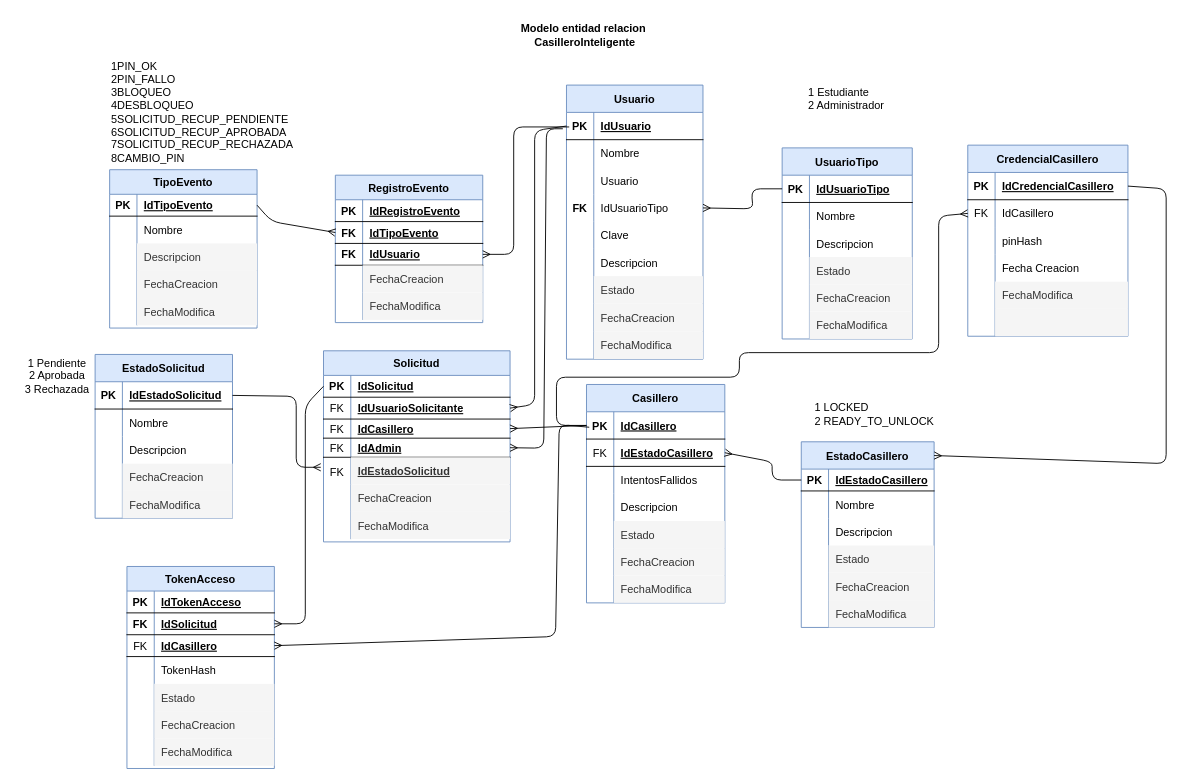
This is Design/03_MER.dio from Anthonio16/casilleroInteligente, a draw.io file, before an edit. Source tidied: cells renumbered, new cells numbered last; positions are measured from the earlier drawing's top-left corner, leaving out a move shared by most shapes. Both pictures are drawn from the tidied source at 91%, with x=0, y=0 at pixel (15, 15).
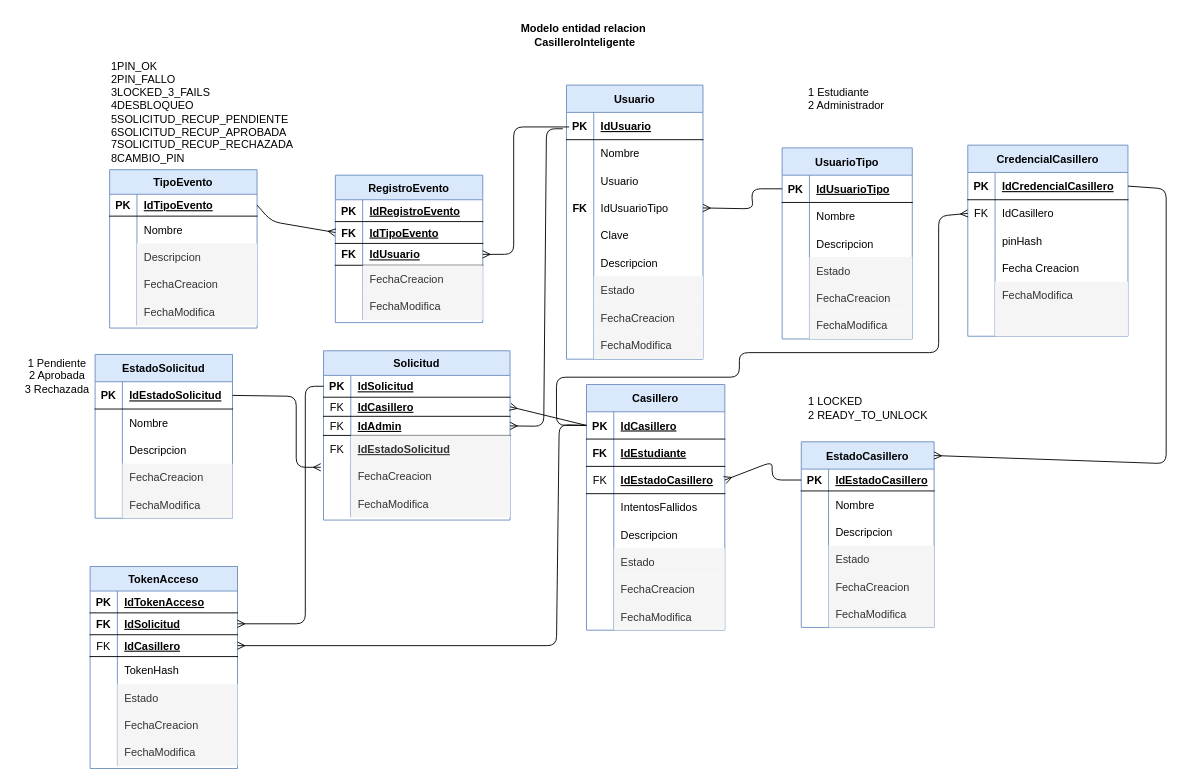
Above is the later version.

The change refers to these unchanged cells:
```xml
<mxCell id="43" style="shape=tableRow;horizontal=0;startSize=0;swimlaneHead=0;swimlaneBody=0;fillColor=none;points=[[0,0.5],[1,0.5]];portConstraint=eastwest;top=0;left=0;right=0;bottom=1;" parent="42" vertex="1">
  <mxGeometry y="30" width="150" height="30" as="geometry" />
</mxCell>
<mxCell id="92" style="shape=tableRow;horizontal=0;startSize=0;swimlaneHead=0;swimlaneBody=0;fillColor=none;points=[[0,0.5],[1,0.5]];portConstraint=eastwest;top=0;left=0;right=0;bottom=1;" parent="91" vertex="1">
  <mxGeometry y="30" width="152" height="30" as="geometry" />
</mxCell>
<mxCell id="130" style="shape=tableRow;horizontal=0;startSize=0;swimlaneHead=0;swimlaneBody=0;fillColor=none;points=[[0,0.5],[1,0.5]];portConstraint=eastwest;top=0;left=0;right=0;bottom=1;" parent="129" vertex="1">
  <mxGeometry y="27" width="205" height="24" as="geometry" />
</mxCell>
<mxCell id="155" style="shape=tableRow;horizontal=0;startSize=0;swimlaneHead=0;swimlaneBody=0;fillColor=none;points=[[0,0.5],[1,0.5]];portConstraint=eastwest;top=0;left=0;right=0;bottom=1;" parent="151" vertex="1">
  <mxGeometry y="51" width="162" height="24" as="geometry" />
</mxCell>
<mxCell id="158" style="shape=tableRow;horizontal=0;startSize=0;swimlaneHead=0;swimlaneBody=0;fillColor=none;points=[[0,0.5],[1,0.5]];portConstraint=eastwest;top=0;left=0;right=0;bottom=1;" parent="151" vertex="1">
  <mxGeometry y="75" width="162" height="24" as="geometry" />
</mxCell>
```

What changed in the source:
```diff
@@
     <mxCell id="90" value="1 LOCKED&lt;div&gt;2 READY_TO_UNLOCK&lt;/div&gt;" style="text;html=1;align=left;verticalAlign=middle;strokeColor=none;fillColor=none;" parent="1" vertex="1">
-      <mxGeometry x="876" y="417" width="149" height="41" as="geometry" />
+      <mxGeometry x="869" y="410" width="149" height="41" as="geometry" />
     </mxCell>
     <mxCell id="91" value="Casillero" style="shape=table;startSize=30;childLayout=tableLayout;rowLines=0;fontStyle=1;align=center;fillColor=#dae8fc;strokeColor=#6c8ebf;" parent="1" vertex="1">
-      <mxGeometry x="627" y="405" width="152" height="240" as="geometry" />
+      <mxGeometry x="627" y="405" width="152" height="270" as="geometry" />
     </mxCell>
@@
+    <mxCell id="220" style="shape=tableRow;horizontal=0;startSize=0;swimlaneHead=0;swimlaneBody=0;fillColor=none;top=0;left=0;right=0;bottom=1;" parent="91" vertex="1">
+      <mxGeometry y="60" width="152" height="30" as="geometry" />
+    </mxCell>
+    <mxCell id="134" value="FK" style="shape=partialRectangle;fillColor=none;top=0;left=0;bottom=0;right=0;fontStyle=1;overflow=hidden;" parent="220" vertex="1">
+      <mxGeometry width="30" height="30" as="geometry" />
+    </mxCell>
+    <mxCell id="221" value="IdEstudiante" style="shape=partialRectangle;fillColor=none;top=0;left=0;bottom=0;right=0;align=left;spacingLeft=6;fontStyle=5;overflow=hidden;" parent="220" vertex="1">
+      <mxGeometry x="30" width="122" height="30" as="geometry" />
+    </mxCell>
     <mxCell id="95" style="shape=tableRow;horizontal=0;startSize=0;swimlaneHead=0;swimlaneBody=0;fillColor=none;points=[[0,0.5],[1,0.5]];portConstraint=eastwest;top=0;left=0;right=0;bottom=1;" parent="91" vertex="1">
-      <mxGeometry y="60" width="152" height="30" as="geometry" />
+      <mxGeometry y="90" width="152" height="30" as="geometry" />
     </mxCell>
@@
     <mxCell id="98" style="shape=tableRow;horizontal=0;startSize=0;swimlaneHead=0;swimlaneBody=0;fillColor=none;top=0;left=0;right=0;bottom=0;" parent="91" vertex="1">
-      <mxGeometry y="90" width="152" height="30" as="geometry" />
+      <mxGeometry y="120" width="152" height="30" as="geometry" />
     </mxCell>
@@
     <mxCell id="101" style="shape=tableRow;horizontal=0;startSize=0;swimlaneHead=0;swimlaneBody=0;fillColor=none;top=0;left=0;right=0;bottom=0;" parent="91" vertex="1">
-      <mxGeometry y="120" width="152" height="30" as="geometry" />
+      <mxGeometry y="150" width="152" height="30" as="geometry" />
     </mxCell>
@@
     <mxCell id="104" style="shape=tableRow;horizontal=0;startSize=0;swimlaneHead=0;swimlaneBody=0;fillColor=none;top=0;left=0;right=0;bottom=0;" parent="91" vertex="1">
-      <mxGeometry y="150" width="152" height="30" as="geometry" />
+      <mxGeometry y="180" width="152" height="30" as="geometry" />
     </mxCell>
@@
     <mxCell id="107" style="shape=tableRow;horizontal=0;startSize=0;swimlaneHead=0;swimlaneBody=0;fillColor=none;top=0;left=0;right=0;bottom=0;" parent="91" vertex="1">
-      <mxGeometry y="180" width="152" height="30" as="geometry" />
+      <mxGeometry y="210" width="152" height="30" as="geometry" />
     </mxCell>
@@
     <mxCell id="110" style="shape=tableRow;horizontal=0;startSize=0;swimlaneHead=0;swimlaneBody=0;fillColor=none;top=0;left=0;right=0;bottom=0;" parent="91" vertex="1">
-      <mxGeometry y="210" width="152" height="30" as="geometry" />
+      <mxGeometry y="240" width="152" height="30" as="geometry" />
     </mxCell>
@@
     <mxCell id="129" value="Solicitud" style="shape=table;startSize=27;childLayout=tableLayout;rowLines=0;fontStyle=1;align=center;fillColor=#dae8fc;strokeColor=#6c8ebf;" parent="1" vertex="1">
-      <mxGeometry x="338" y="368" width="205" height="210" as="geometry" />
+      <mxGeometry x="338" y="368" width="205" height="186" as="geometry" />
     </mxCell>
@@
-    <mxCell id="133" style="shape=tableRow;horizontal=0;startSize=0;swimlaneHead=0;swimlaneBody=0;fillColor=none;points=[[0,0.5],[1,0.5]];portConstraint=eastwest;top=0;left=0;right=0;bottom=1;" parent="129" vertex="1">
-      <mxGeometry y="51" width="205" height="24" as="geometry" />
-    </mxCell>
-    <mxCell id="134" value="FK" style="shape=partialRectangle;fillColor=none;top=0;left=0;bottom=0;right=0;fontStyle=0;overflow=hidden;" parent="133" vertex="1">
-      <mxGeometry width="30" height="24" as="geometry" />
-    </mxCell>
-    <mxCell id="135" value="IdUsuarioSolicitante" style="shape=partialRectangle;fillColor=none;top=0;left=0;bottom=0;right=0;align=left;spacingLeft=6;fontStyle=5;overflow=hidden;" parent="133" vertex="1">
-      <mxGeometry x="30" width="175" height="24" as="geometry" />
-    </mxCell>
     <mxCell id="136" style="shape=tableRow;horizontal=0;startSize=0;swimlaneHead=0;swimlaneBody=0;fillColor=none;points=[[0,0.5],[1,0.5]];portConstraint=eastwest;top=0;left=0;right=0;bottom=1;" parent="129" vertex="1">
-      <mxGeometry y="75" width="205" height="21" as="geometry" />
+      <mxGeometry y="51" width="205" height="21" as="geometry" />
     </mxCell>
@@
     <mxCell id="139" style="shape=tableRow;horizontal=0;startSize=0;swimlaneHead=0;swimlaneBody=0;fillColor=none;points=[[0,0.5],[1,0.5]];portConstraint=eastwest;top=0;left=0;right=0;bottom=1;" parent="129" vertex="1">
-      <mxGeometry y="96" width="205" height="21" as="geometry" />
+      <mxGeometry y="72" width="205" height="21" as="geometry" />
     </mxCell>
@@
     <mxCell id="142" style="shape=tableRow;horizontal=0;startSize=0;swimlaneHead=0;swimlaneBody=0;fillColor=none;top=0;left=0;right=0;bottom=0;" parent="129" vertex="1">
-      <mxGeometry y="117" width="205" height="30" as="geometry" />
+      <mxGeometry y="93" width="205" height="30" as="geometry" />
     </mxCell>
@@
     <mxCell id="145" style="shape=tableRow;horizontal=0;startSize=0;swimlaneHead=0;swimlaneBody=0;fillColor=none;top=0;left=0;right=0;bottom=0;" parent="129" vertex="1">
-      <mxGeometry y="147" width="205" height="30" as="geometry" />
+      <mxGeometry y="123" width="205" height="30" as="geometry" />
     </mxCell>
@@
     <mxCell id="148" style="shape=tableRow;horizontal=0;startSize=0;swimlaneHead=0;swimlaneBody=0;fillColor=none;top=0;left=0;right=0;bottom=0;" parent="129" vertex="1">
-      <mxGeometry y="177" width="205" height="30" as="geometry" />
+      <mxGeometry y="153" width="205" height="30" as="geometry" />
     </mxCell>
@@
     <mxCell id="151" value="TokenAcceso" style="shape=table;startSize=27;childLayout=tableLayout;rowLines=0;fontStyle=1;align=center;fillColor=#dae8fc;strokeColor=#6c8ebf;" parent="1" vertex="1">
-      <mxGeometry x="122" y="605" width="162" height="222" as="geometry" />
+      <mxGeometry x="81.5" y="605" width="162" height="222" as="geometry" />
     </mxCell>
@@
     <mxCell id="178" value="FK" style="shape=partialRectangle;fillColor=none;top=0;left=0;bottom=0;right=0;fontStyle=0;overflow=hidden;" parent="1" vertex="1">
-      <mxGeometry x="338" y="491" width="30" height="21" as="geometry" />
+      <mxGeometry x="338" y="465" width="30" height="21" as="geometry" />
     </mxCell>
@@
-    <mxCell id="180" style="html=1;endArrow=ERmany;endFill=0;exitX=0;exitY=0.5;exitDx=0;exitDy=0;entryX=1;entryY=0.5;entryDx=0;entryDy=0;" parent="1" edge="1" source="43" target="133">
-      <mxGeometry relative="1" as="geometry">
-        <Array as="points">
-          <mxPoint x="570" y="126" />
-          <mxPoint x="570" y="427" />
-        </Array>
-      </mxGeometry>
-    </mxCell>
     <mxCell id="181" style="html=1;endArrow=ERmany;endFill=0;entryX=1;entryY=0.5;entryDx=0;entryDy=0;" parent="1" edge="1" target="139">
       <mxGeometry relative="1" as="geometry">
         <mxPoint x="601" y="124" as="sourcePoint" />
         <Array as="points">
           <mxPoint x="583" y="124" />
-          <mxPoint x="580" y="475" />
+          <mxPoint x="580" y="451" />
         </Array>
       </mxGeometry>
     </mxCell>
@@
-    <mxCell id="215" value="&lt;div&gt;&lt;font color=&quot;#000000&quot;&gt;1PIN_OK&lt;/font&gt;&lt;/div&gt;&lt;div&gt;&lt;font color=&quot;#000000&quot;&gt;2PIN_FALLO&lt;/font&gt;&lt;/div&gt;&lt;div&gt;&lt;font color=&quot;#000000&quot;&gt;3BLOQUEO&lt;/font&gt;&lt;/div&gt;&lt;div&gt;&lt;font color=&quot;#000000&quot;&gt;4DESBLOQUEO&lt;/font&gt;&lt;/div&gt;&lt;div&gt;&lt;font color=&quot;#000000&quot;&gt;5SOLICITUD_RECUP_PENDIENTE&lt;/font&gt;&lt;/div&gt;&lt;div&gt;&lt;font color=&quot;#000000&quot;&gt;6SOLICITUD_RECUP_APROBADA&lt;/font&gt;&lt;/div&gt;&lt;div&gt;&lt;font color=&quot;#000000&quot;&gt;7SOLICITUD_RECUP_RECHAZADA&lt;/font&gt;&lt;/div&gt;&lt;div&gt;&lt;span style=&quot;background-color: transparent;&quot;&gt;&lt;font color=&quot;#000000&quot;&gt;8&lt;/font&gt;CAMBIO_PIN&lt;/span&gt;&lt;/div&gt;" style="text;html=1;align=left;verticalAlign=middle;strokeColor=none;fillColor=none;" parent="1" vertex="1">
+    <mxCell id="215" value="&lt;div&gt;&lt;font color=&quot;#000000&quot;&gt;1PIN_OK&lt;/font&gt;&lt;/div&gt;&lt;div&gt;&lt;font color=&quot;#000000&quot;&gt;2PIN_FALLO&lt;/font&gt;&lt;/div&gt;&lt;div&gt;&lt;font color=&quot;#000000&quot;&gt;3&lt;/font&gt;&lt;span style=&quot;color: rgb(0, 0, 0); text-align: center; text-wrap-mode: wrap; background-color: transparent;&quot;&gt;LOCKED_3_FAILS&lt;/span&gt;&lt;/div&gt;&lt;div&gt;&lt;font color=&quot;#000000&quot;&gt;4DESBLOQUEO&lt;/font&gt;&lt;/div&gt;&lt;div&gt;&lt;font color=&quot;#000000&quot;&gt;5SOLICITUD_RECUP_PENDIENTE&lt;/font&gt;&lt;/div&gt;&lt;div&gt;&lt;font color=&quot;#000000&quot;&gt;6SOLICITUD_RECUP_APROBADA&lt;/font&gt;&lt;/div&gt;&lt;div&gt;&lt;font color=&quot;#000000&quot;&gt;7SOLICITUD_RECUP_RECHAZADA&lt;/font&gt;&lt;/div&gt;&lt;div&gt;&lt;span style=&quot;background-color: transparent;&quot;&gt;&lt;font color=&quot;#000000&quot;&gt;8&lt;/font&gt;CAMBIO_PIN&lt;/span&gt;&lt;/div&gt;" style="text;html=1;align=left;verticalAlign=middle;strokeColor=none;fillColor=none;" parent="1" vertex="1">
       <mxGeometry x="103" y="42" width="218" height="127" as="geometry" />
     </mxCell>
@@
     <mxCell id="218" style="html=1;endArrow=ERmany;endFill=0;exitX=0;exitY=0.5;exitDx=0;exitDy=0;entryX=1;entryY=0.5;entryDx=0;entryDy=0;" parent="1" edge="1" source="130" target="155">
       <mxGeometry relative="1" as="geometry">
         <Array as="points">
-          <mxPoint x="318" y="428" />
+          <mxPoint x="318" y="407" />
           <mxPoint x="318" y="668" />
         </Array>
       </mxGeometry>
     </mxCell>
-    <mxCell id="219" style="html=1;endArrow=ERmany;endFill=0;entryX=1;entryY=0.5;entryDx=0;entryDy=0;" parent="1" edge="1" target="158">
+    <mxCell id="219" style="html=1;endArrow=ERmany;endFill=0;entryX=1;entryY=0.5;entryDx=0;entryDy=0;exitX=0;exitY=0.5;exitDx=0;exitDy=0;" parent="1" edge="1" source="92" target="158">
       <mxGeometry relative="1" as="geometry">
-        <mxPoint x="630" y="452" as="sourcePoint" />
         <Array as="points">
           <mxPoint x="597" y="449" />
-          <mxPoint x="593" y="682" />
+          <mxPoint x="594" y="692" />
         </Array>
       </mxGeometry>
     </mxCell>
```
